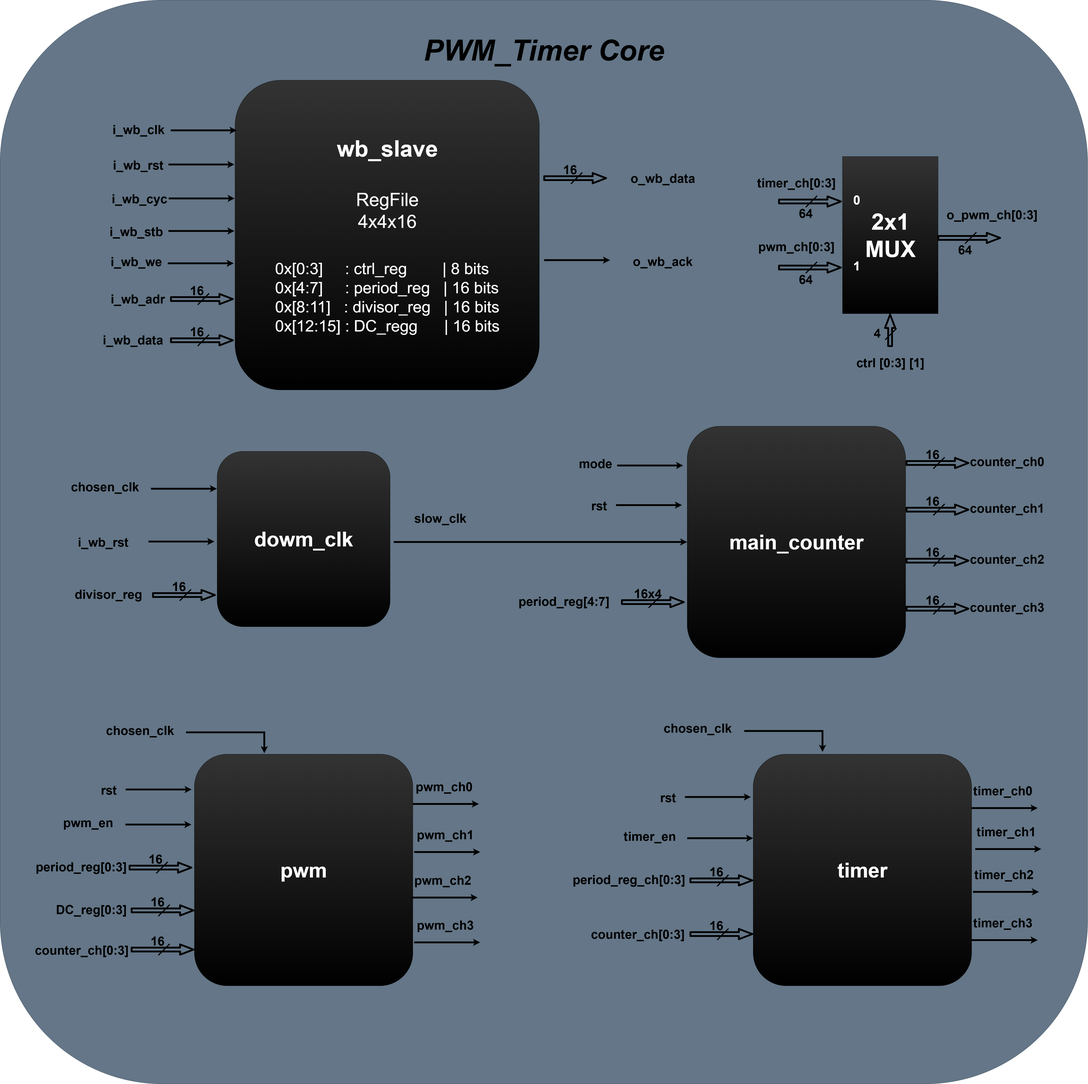
Before: Docs/Block_diagram.png, a diagram exported from draw.io (kareem05-ash/PWM_Timer). Source tidied: cells renumbered, new cells last; positions are measured from the earlier drawing's top-left corner, leaving out a move shared by most shapes.
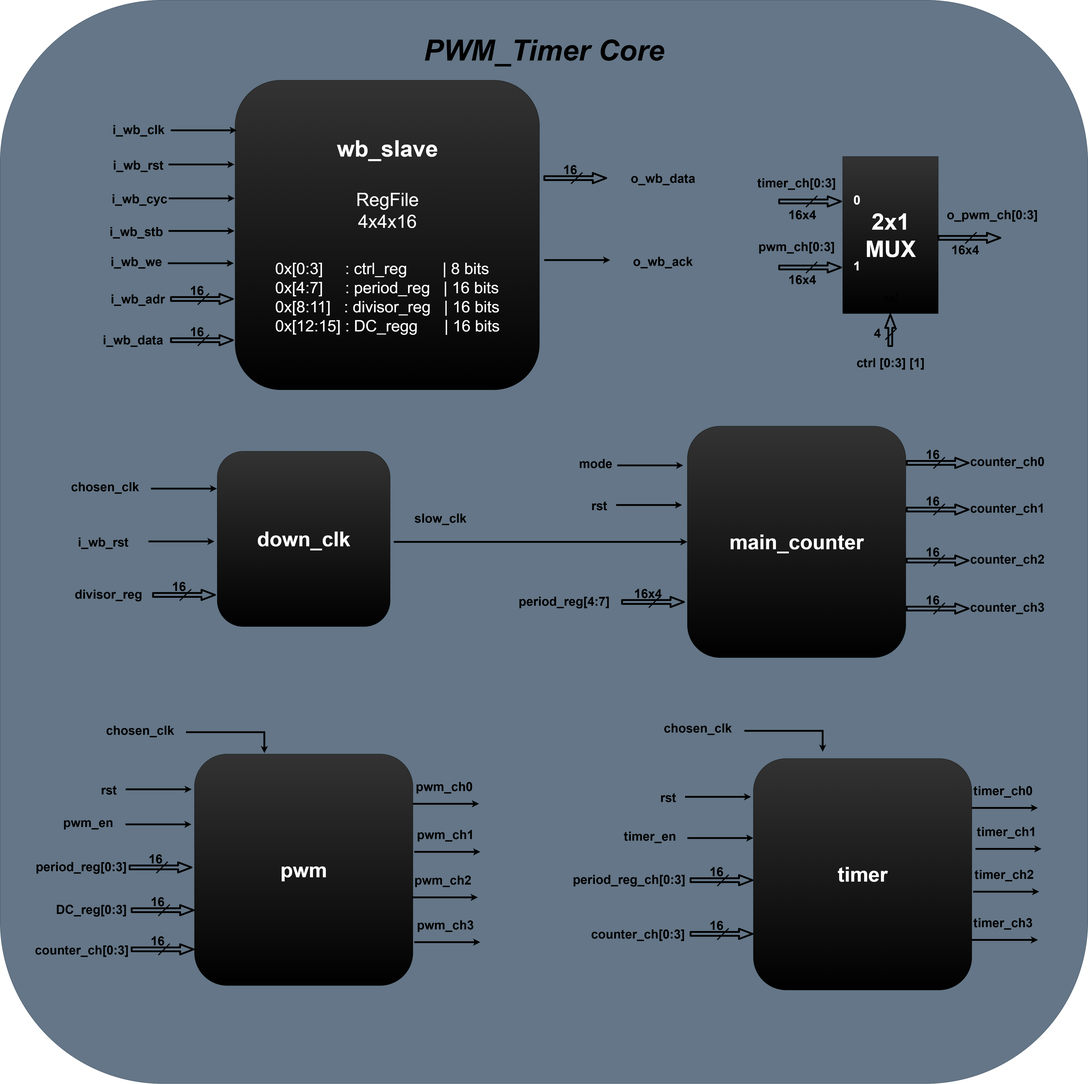
Above is the later version.

Commit message:
edit Block_diagram.png: spelling mistakes and font color consistency

What changed in the source:
```diff
@@ -116,7 +116,7 @@
     <mxCell id="27" value="&lt;font&gt;o_wb_data&lt;/font&gt;" style="text;html=1;align=center;verticalAlign=middle;whiteSpace=wrap;rounded=0;fontColor=#000000;fontSize=55;fontStyle=1;" parent="1" vertex="1">
       <mxGeometry x="2752.5" y="732" width="320" height="100" as="geometry" />
     </mxCell>
-    <mxCell id="28" value="&lt;font style=&quot;font-size: 90px;&quot;&gt;&lt;b&gt;dowm_clk&lt;/b&gt;&lt;/font&gt;" style="rounded=1;whiteSpace=wrap;html=1;fillColor=#333333;gradientColor=default;fontColor=#FFFFFF;labelBorderColor=none;" parent="1" vertex="1">
+    <mxCell id="28" value="&lt;font style=&quot;font-size: 90px;&quot;&gt;&lt;b&gt;down_clk&lt;/b&gt;&lt;/font&gt;" style="rounded=1;whiteSpace=wrap;html=1;fillColor=#333333;gradientColor=default;fontColor=#FFFFFF;labelBorderColor=none;" parent="1" vertex="1">
       <mxGeometry x="954" y="1982" width="760" height="770" as="geometry" />
     </mxCell>
     <mxCell id="29" style="shape=flexArrow;endArrow=classic;html=1;rounded=1;strokeWidth=8;endSize=17;startSize=10;sourcePerimeterSpacing=10;targetPerimeterSpacing=10;fontColor=#000000;fontSize=55;fontStyle=1;" parent="1" edge="1">
@@ -224,7 +224,7 @@
       <mxGeometry x="854" y="3312" width="960" height="1017" as="geometry" />
     </mxCell>
     <mxCell id="53" value="&lt;font style=&quot;font-size: 90px;&quot;&gt;&lt;b&gt;timer&lt;/b&gt;&lt;/font&gt;" style="rounded=1;whiteSpace=wrap;html=1;fillColor=#333333;gradientColor=default;fontColor=#FFFFFF;labelBorderColor=none;" parent="1" vertex="1">
-      <mxGeometry x="3310" y="3312" width="960" height="1017" as="geometry" />
+      <mxGeometry x="3310" y="3331.7" width="960" height="1017" as="geometry" />
     </mxCell>
     <mxCell id="54" style="endArrow=classic;html=1;rounded=0;strokeWidth=8;entryX=0.32;entryY=-0.004;entryDx=0;entryDy=0;entryPerimeter=0;fontColor=#000000;fontSize=55;fontStyle=1;" parent="1" edge="1" target="52">
       <mxGeometry relative="1" as="geometry">
@@ -537,7 +537,7 @@
         <mxPoint x="4291" y="1019.5" as="targetPoint" />
       </mxGeometry>
     </mxCell>
-    <mxCell id="122" value="&lt;span&gt;&lt;font&gt;64&lt;/font&gt;&lt;/span&gt;" style="text;html=1;align=center;verticalAlign=middle;whiteSpace=wrap;rounded=0;fontColor=#000000;fontSize=55;fontStyle=1;" parent="1" vertex="1">
+    <mxCell id="122" value="&lt;span&gt;&lt;font style=&quot;color: rgb(0, 0, 0);&quot;&gt;16x4&lt;/font&gt;&lt;/span&gt;" style="text;html=1;align=center;verticalAlign=middle;whiteSpace=wrap;rounded=0;fontColor=#000000;fontSize=55;fontStyle=1;" parent="1" vertex="1">
       <mxGeometry x="4216" y="1066" width="50" height="60" as="geometry" />
     </mxCell>
     <mxCell id="123" value="&lt;span&gt;timer_ch[0:3]&lt;/span&gt;" style="text;html=1;align=center;verticalAlign=middle;whiteSpace=wrap;rounded=0;fontColor=#000000;fontSize=55;fontStyle=1;" parent="1" vertex="1">
@@ -555,9 +555,6 @@
         <mxPoint x="3591" y="859.5" as="targetPoint" />
       </mxGeometry>
     </mxCell>
-    <mxCell id="126" value="&lt;span&gt;&lt;font&gt;64&lt;/font&gt;&lt;/span&gt;" style="text;html=1;align=center;verticalAlign=middle;whiteSpace=wrap;rounded=0;fontColor=#000000;fontSize=55;fontStyle=1;" parent="1" vertex="1">
-      <mxGeometry x="3516" y="906" width="50" height="60" as="geometry" />
-    </mxCell>
     <mxCell id="127" value="&lt;span&gt;pwm_ch[0:3]&lt;/span&gt;" style="text;html=1;align=center;verticalAlign=middle;whiteSpace=wrap;rounded=0;fontColor=#000000;fontSize=55;fontStyle=1;" parent="1" vertex="1">
       <mxGeometry x="3325" y="1032" width="350" height="100" as="geometry" />
     </mxCell>
@@ -573,14 +570,20 @@
         <mxPoint x="3591" y="1149.5" as="targetPoint" />
       </mxGeometry>
     </mxCell>
-    <mxCell id="130" value="&lt;span&gt;&lt;font&gt;64&lt;/font&gt;&lt;/span&gt;" style="text;html=1;align=center;verticalAlign=middle;whiteSpace=wrap;rounded=0;fontColor=#000000;fontSize=55;fontStyle=1;" parent="1" vertex="1">
-      <mxGeometry x="3516" y="1196" width="50" height="60" as="geometry" />
-    </mxCell>
     <mxCell id="131" value="&lt;font&gt;0&lt;/font&gt;" style="text;html=1;align=center;verticalAlign=middle;whiteSpace=wrap;rounded=0;fontColor=#FFFFFF;fontSize=55;fontStyle=1;" parent="1" vertex="1">
       <mxGeometry x="3720" y="842" width="90" height="70" as="geometry" />
     </mxCell>
     <mxCell id="132" value="&lt;font&gt;1&lt;/font&gt;" style="text;html=1;align=center;verticalAlign=middle;whiteSpace=wrap;rounded=0;fontColor=#FFFFFF;fontSize=55;fontStyle=1;" parent="1" vertex="1">
       <mxGeometry x="3720" y="1132" width="90" height="70" as="geometry" />
     </mxCell>
+    <mxCell id="133" value="&lt;font style=&quot;font-size: 50px;&quot;&gt;sel&lt;/font&gt;" style="text;html=1;align=center;verticalAlign=middle;whiteSpace=wrap;rounded=0;" parent="1" vertex="1">
+      <mxGeometry x="3842.5" y="1272" width="140" height="70" as="geometry" />
+    </mxCell>
+    <mxCell id="134" value="&lt;span&gt;&lt;font style=&quot;color: rgb(0, 0, 0);&quot;&gt;16x4&lt;/font&gt;&lt;/span&gt;" style="text;html=1;align=center;verticalAlign=middle;whiteSpace=wrap;rounded=0;fontColor=#000000;fontSize=55;fontStyle=1;" parent="1" vertex="1">
+      <mxGeometry x="3500" y="912" width="50" height="60" as="geometry" />
+    </mxCell>
+    <mxCell id="135" value="&lt;span&gt;&lt;font style=&quot;color: rgb(0, 0, 0);&quot;&gt;16x4&lt;/font&gt;&lt;/span&gt;" style="text;html=1;align=center;verticalAlign=middle;whiteSpace=wrap;rounded=0;fontColor=#000000;fontSize=55;fontStyle=1;" parent="1" vertex="1">
+      <mxGeometry x="3500" y="1197" width="50" height="60" as="geometry" />
+    </mxCell>
   </root>
 </mxGraphModel>
```
